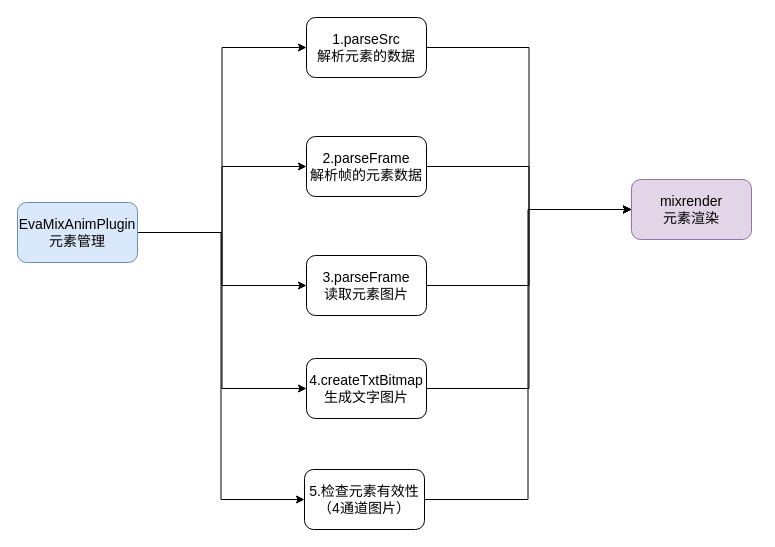
Above: page "Page-3" (3 of 4) of YYEVA.drawio in cangwang/news (draw.io), before the change. Source tidied: cells renumbered, new cells numbered last; positions are measured from the earlier drawing's top-left corner, leaving out a move shared by most shapes. Both pictures are drawn from the tidied source at 100%, with x=0, y=0 at pixel (17, 17).
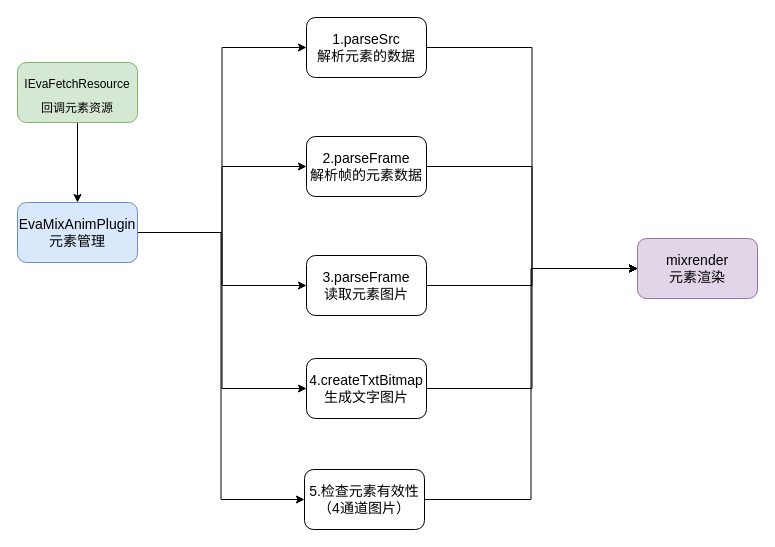
After the change.

Unchanged cells that the change refers to:
```xml
<mxCell id="7" value="EvaMixAnimPlugin&lt;br&gt;元素管理" style="rounded=1;whiteSpace=wrap;html=1;fontSize=14;fillColor=#dae8fc;strokeColor=#6c8ebf;" parent="1" vertex="1">
  <mxGeometry y="185" width="120" height="60" as="geometry" />
</mxCell>
<mxCell id="11" value="2.parseFrame&lt;br&gt;解析帧的元素数据" style="rounded=1;whiteSpace=wrap;html=1;fontSize=14;fillColor=default;" parent="1" vertex="1">
  <mxGeometry x="289" y="119" width="120" height="60" as="geometry" />
</mxCell>
```

The edit, as a diff of the source:
```diff
@@
-    <mxCell id="10" style="edgeStyle=orthogonalEdgeStyle;rounded=0;jettySize=auto;html=1;exitX=1;exitY=0.5;exitDx=0;exitDy=0;fontSize=14;" parent="1" edge="1" source="11" target="18">
+    <mxCell id="10" style="edgeStyle=orthogonalEdgeStyle;rounded=0;jettySize=auto;html=1;exitX=1;exitY=0.5;exitDx=0;exitDy=0;entryX=0;entryY=0.5;entryDx=0;entryDy=0;fontSize=20;" parent="1" edge="1" source="11" target="18">
       <mxGeometry relative="1" as="geometry" />
     </mxCell>
@@
     <mxCell id="18" value="mixrender&lt;br&gt;元素渲染" style="rounded=1;whiteSpace=wrap;html=1;fontSize=14;fillColor=#e1d5e7;strokeColor=#9673a6;" parent="1" vertex="1">
-      <mxGeometry x="614" y="162" width="120" height="60" as="geometry" />
+      <mxGeometry x="620" y="221" width="120" height="60" as="geometry" />
     </mxCell>
+    <mxCell id="19" style="edgeStyle=orthogonalEdgeStyle;rounded=0;jettySize=auto;html=1;exitX=0.5;exitY=1;exitDx=0;exitDy=0;fontSize=12;" parent="1" edge="1" source="20" target="7">
+      <mxGeometry relative="1" as="geometry" />
+    </mxCell>
+    <mxCell id="20" value="&lt;font style=&quot;font-size: 12px;&quot;&gt;IEvaFetchResource&lt;br&gt;回调元素资源&lt;br&gt;&lt;/font&gt;" style="rounded=1;whiteSpace=wrap;html=1;fontSize=20;fillColor=#d5e8d4;strokeColor=#82b366;" parent="1" vertex="1">
+      <mxGeometry y="45" width="120" height="60" as="geometry" />
+    </mxCell>
```
